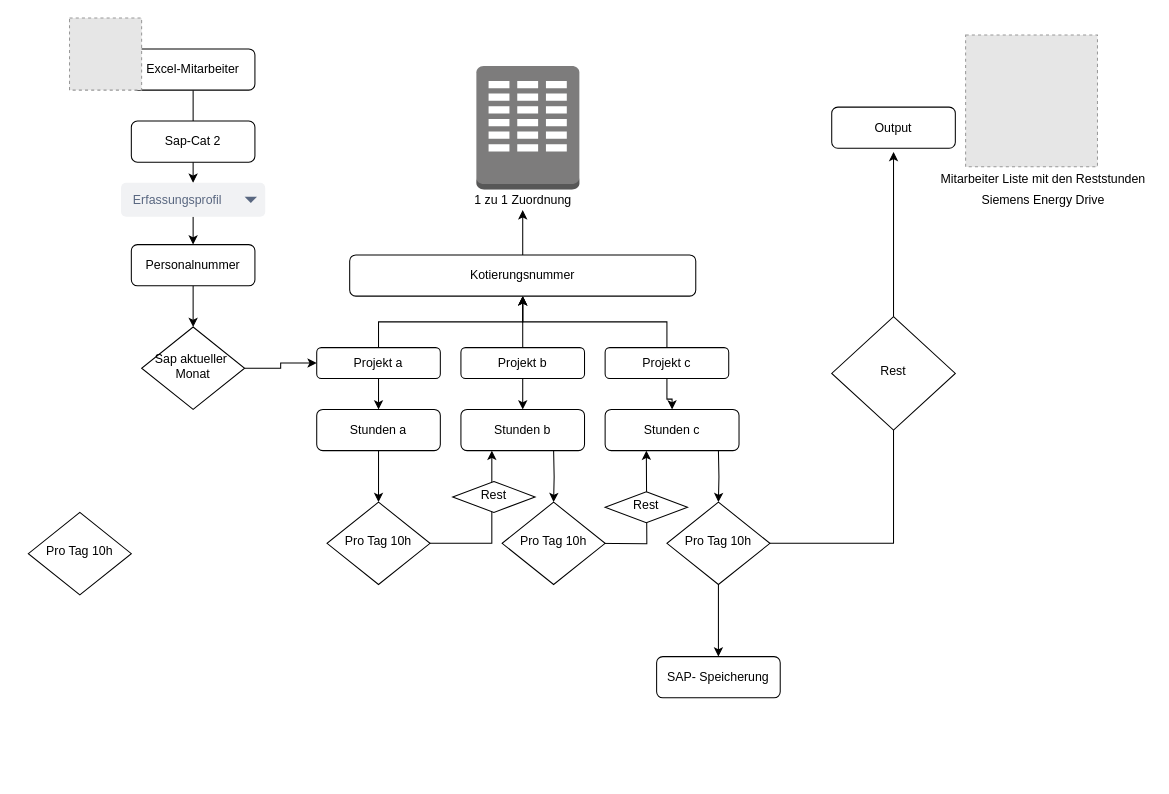
Earlier version of the draw.io diagram Untitled Diagram.drawio (najima23/Web-Programmierung). Source tidied: cells renumbered, new cells numbered last; positions are measured from the earlier drawing's top-left corner, leaving out a move shared by most shapes. Both pictures are drawn from the tidied source at 103%, with x=0, y=0 at pixel (28, 18). Pictures stored in the file or linked from it are replaced by grey dashed boxes.
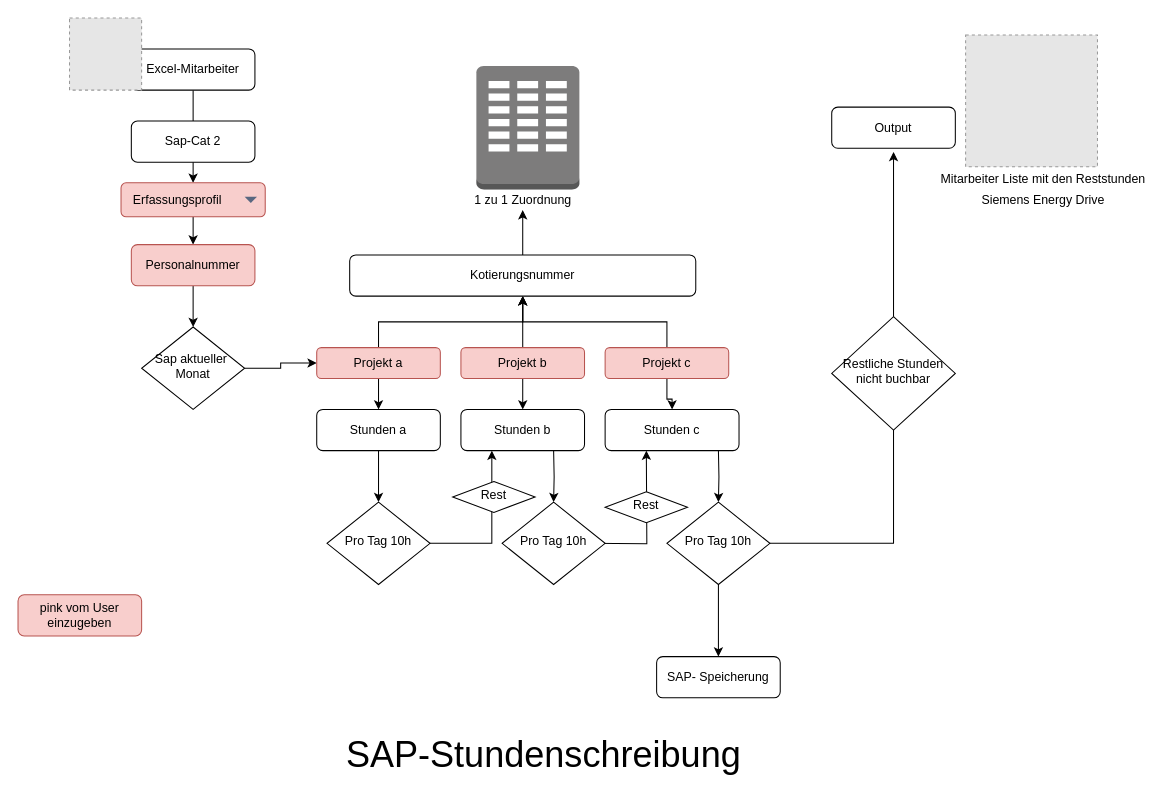
Above is the later version.

What changed in the source:
```diff
@@
-    <mxCell id="8" value="Erfassungsprofil" style="rounded=1;fillColor=#F1F2F4;strokeColor=none;html=1;fontColor=#596780;align=left;fontSize=12;spacingLeft=10;sketch=0;" parent="1" vertex="1">
+    <mxCell id="8" value="Erfassungsprofil" style="rounded=1;fillColor=#f8cecc;strokeColor=#b85450;html=1;align=left;fontSize=12;spacingLeft=10;sketch=0;" parent="1" vertex="1">
       <mxGeometry x="90" y="160" width="140" height="33" as="geometry" />
     </mxCell>
@@
-    <mxCell id="11" value="Personalnummer" style="rounded=1;whiteSpace=wrap;html=1;fontSize=12;glass=0;strokeWidth=1;shadow=0;" parent="1" vertex="1">
+    <mxCell id="11" value="Personalnummer" style="rounded=1;whiteSpace=wrap;html=1;fontSize=12;glass=0;strokeWidth=1;shadow=0;fillColor=#f8cecc;strokeColor=#b85450;" parent="1" vertex="1">
       <mxGeometry x="100" y="220" width="120" height="40" as="geometry" />
     </mxCell>
@@
-    <mxCell id="17" value="Projekt a" style="rounded=1;whiteSpace=wrap;html=1;fontSize=12;glass=0;strokeWidth=1;shadow=0;" parent="1" vertex="1">
+    <mxCell id="17" value="Projekt a" style="rounded=1;whiteSpace=wrap;html=1;fontSize=12;glass=0;strokeWidth=1;shadow=0;fillColor=#f8cecc;strokeColor=#b85450;" parent="1" vertex="1">
       <mxGeometry x="280" y="320" width="120" height="30" as="geometry" />
     </mxCell>
@@
-    <mxCell id="20" value="Projekt b" style="rounded=1;whiteSpace=wrap;html=1;fontSize=12;glass=0;strokeWidth=1;shadow=0;" parent="1" vertex="1">
+    <mxCell id="20" value="Projekt b" style="rounded=1;whiteSpace=wrap;html=1;fontSize=12;glass=0;strokeWidth=1;shadow=0;fillColor=#f8cecc;strokeColor=#b85450;" parent="1" vertex="1">
       <mxGeometry x="420" y="320" width="120" height="30" as="geometry" />
     </mxCell>
@@
-    <mxCell id="23" value="Projekt c" style="rounded=1;whiteSpace=wrap;html=1;fontSize=12;glass=0;strokeWidth=1;shadow=0;" parent="1" vertex="1">
+    <mxCell id="23" value="Projekt c" style="rounded=1;whiteSpace=wrap;html=1;fontSize=12;glass=0;strokeWidth=1;shadow=0;fillColor=#f8cecc;strokeColor=#b85450;" parent="1" vertex="1">
       <mxGeometry x="560" y="320" width="120" height="30" as="geometry" />
     </mxCell>
@@
-    <mxCell id="36" value="Pro Tag 10h" style="rhombus;whiteSpace=wrap;html=1;shadow=0;fontFamily=Helvetica;fontSize=12;align=center;strokeWidth=1;spacing=6;spacingTop=-4;" parent="1" vertex="1">
-      <mxGeometry y="480" width="100" height="80" as="geometry" />
-    </mxCell>
@@
-    <mxCell id="45" value="Rest" style="rhombus;whiteSpace=wrap;html=1;shadow=0;fontFamily=Helvetica;fontSize=12;align=center;strokeWidth=1;spacing=6;spacingTop=-4;" parent="1" vertex="1">
+    <mxCell id="45" value="Restliche Stunden&lt;br&gt;nicht buchbar" style="rhombus;whiteSpace=wrap;html=1;shadow=0;fontFamily=Helvetica;fontSize=12;align=center;strokeWidth=1;spacing=6;spacingTop=-4;" parent="1" vertex="1">
       <mxGeometry x="780" y="290" width="120" height="110" as="geometry" />
     </mxCell>
@@
+    <mxCell id="50" value="pink vom User einzugeben" style="rounded=1;whiteSpace=wrap;html=1;fontSize=12;glass=0;strokeWidth=1;shadow=0;fillColor=#f8cecc;strokeColor=#b85450;" parent="1" vertex="1">
+      <mxGeometry x="-10" y="560" width="120" height="40" as="geometry" />
+    </mxCell>
+    <mxCell id="51" value="&lt;font style=&quot;font-size: 35px&quot;&gt;SAP-Stundenschreibung&lt;/font&gt;" style="text;html=1;align=center;verticalAlign=middle;strokeColor=none;fillColor=none;" parent="1" vertex="1">
+      <mxGeometry x="300" y="700" width="400" height="30" as="geometry" />
+    </mxCell>
```
